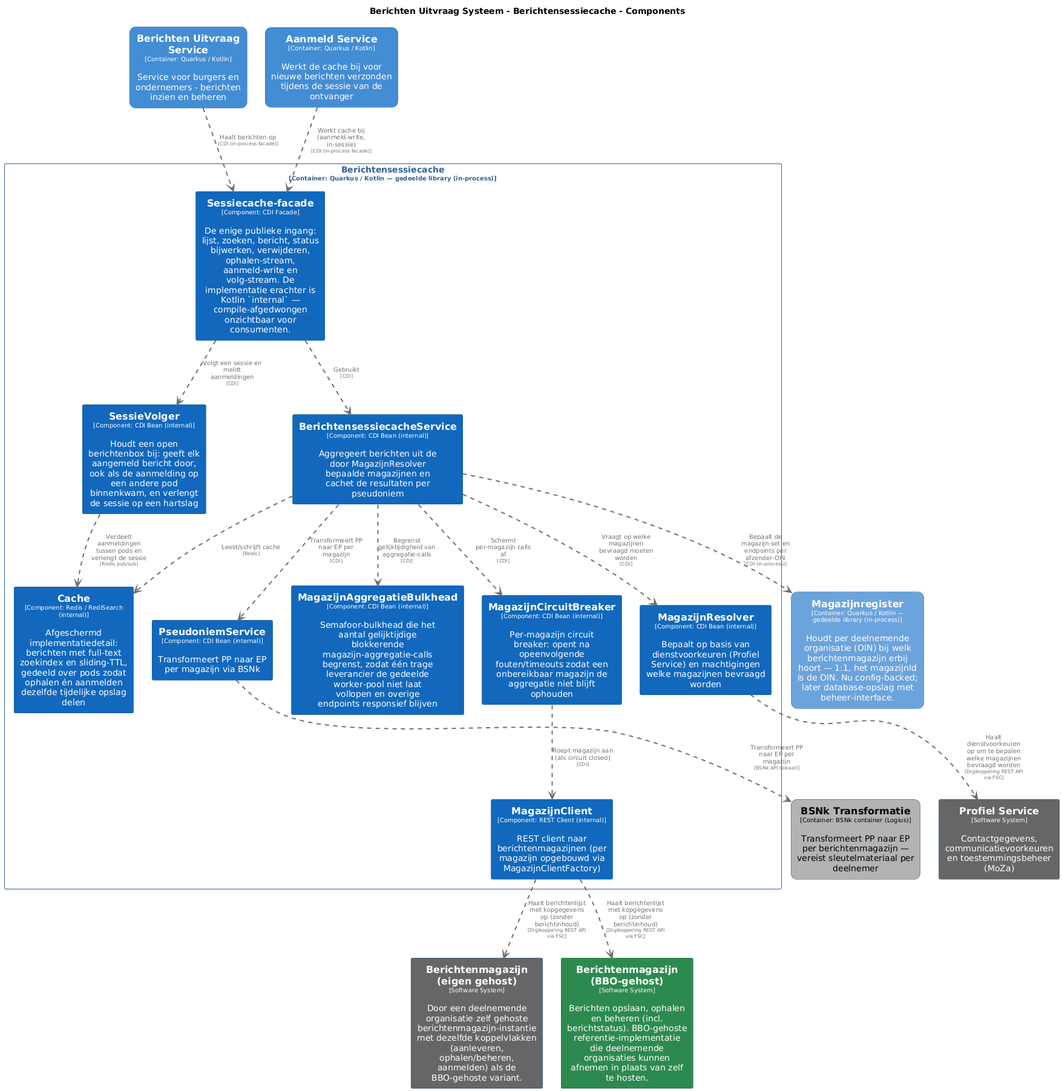
MinBZK/moza-poc-fbs-berichtenbox keeps this PlantUML diagram as pr-preview/pr-336/master/png/BerichtensessiecacheComponenten.png. Above is the earlier version.
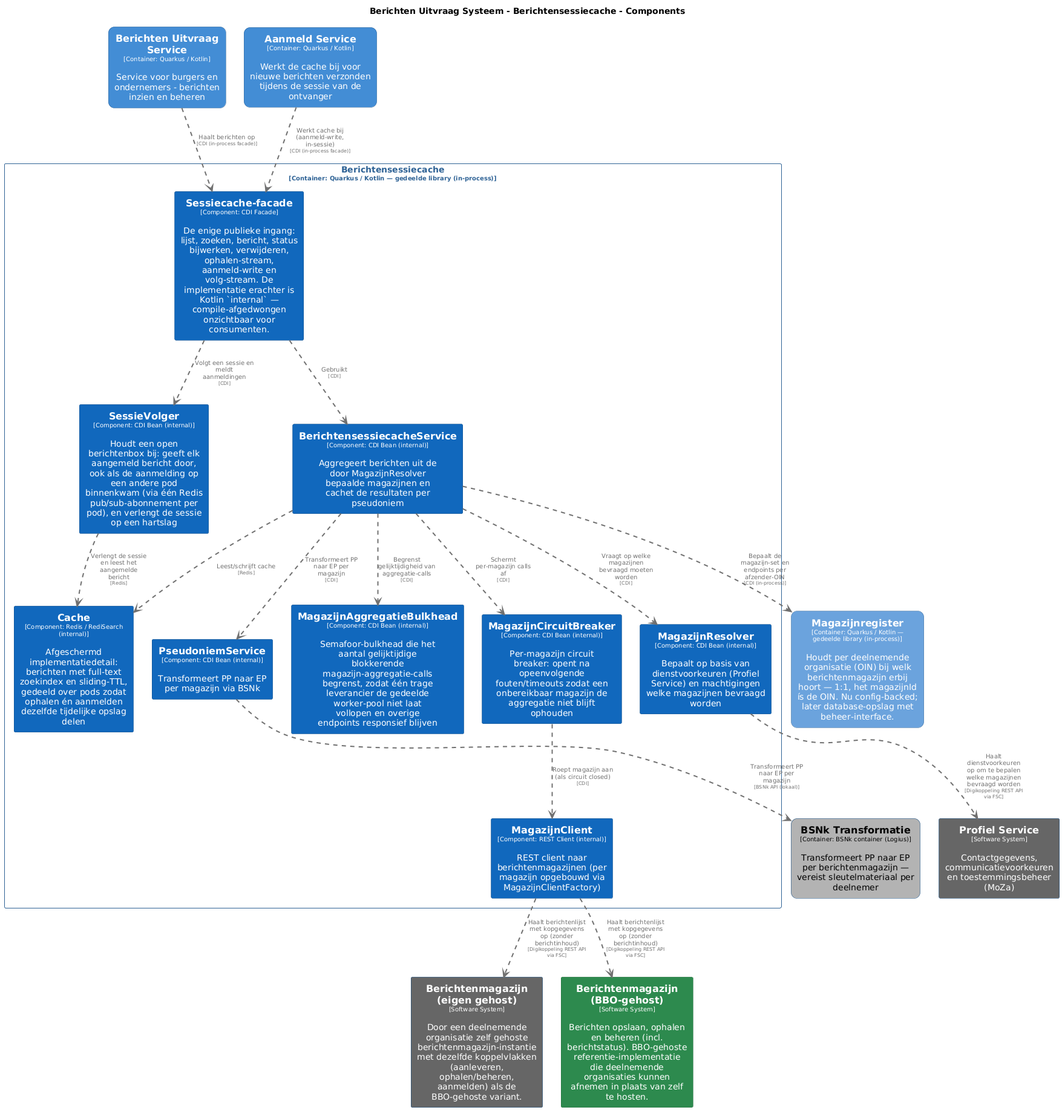
The same diagram one commit later.

The edit, as a diff of the source:
```diff
@@ -138,7 +138,7 @@
   rectangle "==MagazijnAggregatieBulkhead\n<size:10>[Component: CDI Bean (internal)]</size>\n\nSemafoor-bulkhead die het aantal gelijktijdige blokkerende magazijn-aggregatie-calls begrenst, zodat één trage leverancier de gedeelde worker-pool niet laat vollopen en overige endpoints responsief blijven" <<BerichtenUitvraagSysteem.Berichtensessiecache.MagazijnAggregatieBulkhead>> as BerichtenUitvraagSysteem.Berichtensessiecache.MagazijnAggregatieBulkhead
   rectangle "==MagazijnCircuitBreaker\n<size:10>[Component: CDI Bean (internal)]</size>\n\nPer-magazijn circuit breaker: opent na opeenvolgende fouten/timeouts zodat een onbereikbaar magazijn de aggregatie niet blijft ophouden" <<BerichtenUitvraagSysteem.Berichtensessiecache.MagazijnCircuitBreaker>> as BerichtenUitvraagSysteem.Berichtensessiecache.MagazijnCircuitBreaker
   rectangle "==MagazijnClient\n<size:10>[Component: REST Client (internal)]</size>\n\nREST client naar berichtenmagazijnen (per magazijn opgebouwd via MagazijnClientFactory)" <<BerichtenUitvraagSysteem.Berichtensessiecache.MagazijnClient>> as BerichtenUitvraagSysteem.Berichtensessiecache.MagazijnClient
-  rectangle "==SessieVolger\n<size:10>[Component: CDI Bean (internal)]</size>\n\nHoudt een open berichtenbox bij: geeft elk aangemeld bericht door, ook als de aanmelding op een andere pod binnenkwam, en verlengt de sessie op een hartslag" <<BerichtenUitvraagSysteem.Berichtensessiecache.SessieVolger>> as BerichtenUitvraagSysteem.Berichtensessiecache.SessieVolger
+  rectangle "==SessieVolger\n<size:10>[Component: CDI Bean (internal)]</size>\n\nHoudt een open berichtenbox bij: geeft elk aangemeld bericht door, ook als de aanmelding op een andere pod binnenkwam (via één Redis pub/sub-abonnement per pod), en verlengt de sessie op een hartslag" <<BerichtenUitvraagSysteem.Berichtensessiecache.SessieVolger>> as BerichtenUitvraagSysteem.Berichtensessiecache.SessieVolger
 }
 
 BerichtenUitvraagSysteem.Berichtensessiecache.MagazijnClient .[#707070,thickness=2].> Berichtenmagazijneigengehost : "<color:#707070>Haalt berichtenlijst met kopgegevens op (zonder berichtinhoud)\n<color:#707070><size:8>[Digikoppeling REST API via FSC]</size>"
@@ -146,7 +146,7 @@
 BerichtenUitvraagSysteem.Berichtensessiecache.MagazijnClient .[#707070,thickness=2].> BerichtenmagazijnBBOgehost : "<color:#707070>Haalt berichtenlijst met kopgegevens op (zonder berichtinhoud)\n<color:#707070><size:8>[Digikoppeling REST API via FSC]</size>"
 BerichtenUitvraagSysteem.Berichtensessiecache.Sessiecachefacade .[#707070,thickness=2].> BerichtenUitvraagSysteem.Berichtensessiecache.BerichtensessiecacheService : "<color:#707070>Gebruikt\n<color:#707070><size:8>[CDI]</size>"
 BerichtenUitvraagSysteem.Berichtensessiecache.Sessiecachefacade .[#707070,thickness=2].> BerichtenUitvraagSysteem.Berichtensessiecache.SessieVolger : "<color:#707070>Volgt een sessie en meldt aanmeldingen\n<color:#707070><size:8>[CDI]</size>"
-BerichtenUitvraagSysteem.Berichtensessiecache.SessieVolger .[#707070,thickness=2].> BerichtenUitvraagSysteem.Berichtensessiecache.Cache : "<color:#707070>Verdeelt aanmeldingen tussen pods en verlengt de sessie\n<color:#707070><size:8>[Redis pub/sub]</size>"
+BerichtenUitvraagSysteem.Berichtensessiecache.SessieVolger .[#707070,thickness=2].> BerichtenUitvraagSysteem.Berichtensessiecache.Cache : "<color:#707070>Verlengt de sessie en leest het aangemelde bericht\n<color:#707070><size:8>[Redis]</size>"
 BerichtenUitvraagSysteem.Berichtensessiecache.BerichtensessiecacheService .[#707070,thickness=2].> BerichtenUitvraagSysteem.Berichtensessiecache.MagazijnResolver : "<color:#707070>Vraagt op welke magazijnen bevraagd moeten worden\n<color:#707070><size:8>[CDI]</size>"
 BerichtenUitvraagSysteem.Berichtensessiecache.BerichtensessiecacheService .[#707070,thickness=2].> BerichtenUitvraagSysteem.Berichtensessiecache.PseudoniemService : "<color:#707070>Transformeert PP naar EP per magazijn\n<color:#707070><size:8>[CDI]</size>"
 BerichtenUitvraagSysteem.Berichtensessiecache.BerichtensessiecacheService .[#707070,thickness=2].> BerichtenUitvraagSysteem.Berichtensessiecache.Cache : "<color:#707070>Leest/schrijft cache\n<color:#707070><size:8>[Redis]</size>"
```
